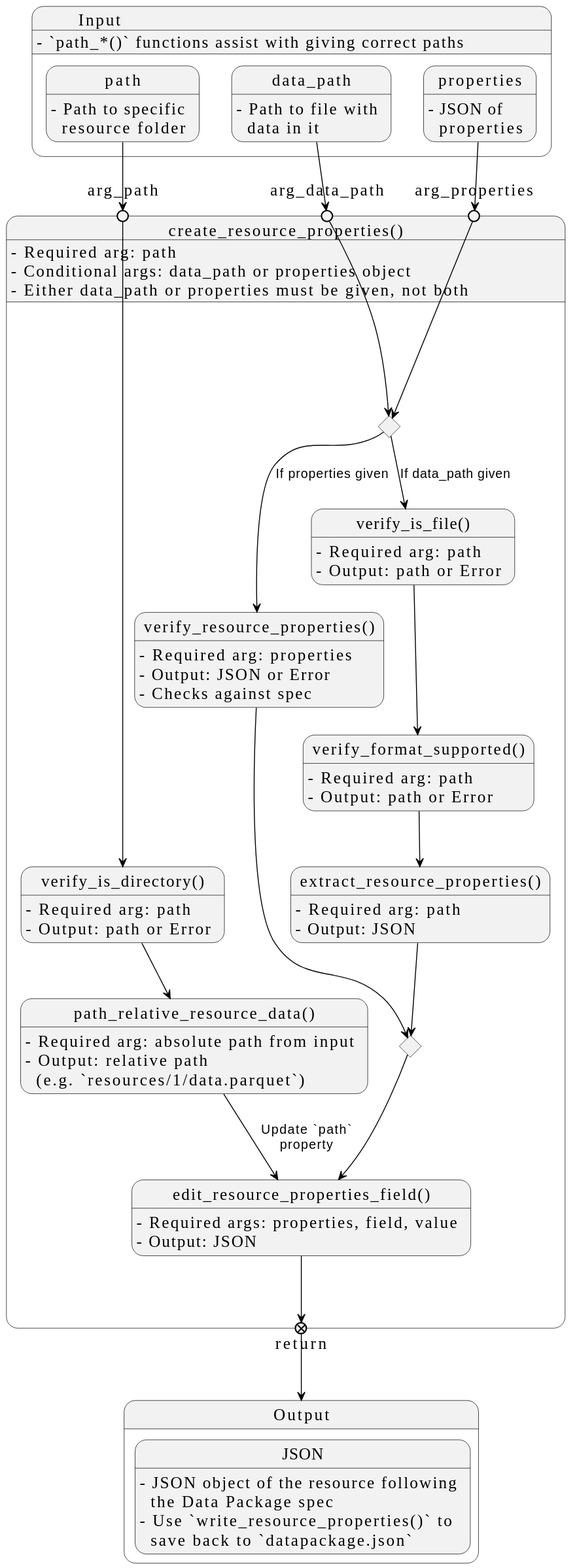
Earlier version of the PlantUML export docs/design/images/core-python-functions/create-resource-properties.svg (signekb/seedcase-sprout). Its diagram source:
```plantuml
@startuml
!theme seedcase from https://raw.githubusercontent.com/seedcase-project/seedcase-theme/main

skinparam StateFontColor black
skinparam StateFontName Fira Code

state "Input" as input {
  input : - `path_*()` functions assist with giving correct paths
  path : - Path to specific\n  resource folder
  data_path : - Path to file with\n  data in it
  properties : - JSON of\n  properties
  path -[hidden]> data_path
  data_path -[hidden]> properties
}

state "Output" as output {
  state "JSON" as json_output
  json_output : - JSON object of the resource following\n  the Data Package spec
  json_output : - Use `write_resource_properties()` to\n  save back to `datapackage.json`
}

state "create_resource_properties()" as crp {
  crp : - Required arg: path
  crp : - Conditional args: data_path or properties object
  crp : - Either data_path or properties must be given, not both

  state arg_path <<entryPoint>>
  state arg_data_path <<entryPoint>>
  state arg_properties <<entryPoint>>

  path --> arg_path
  data_path --> arg_data_path
  properties --> arg_properties

  state "verify_is_directory()" as vid
  vid : - Required arg: path
  vid : - Output: path or Error
  arg_path --> vid

  state "path_relative_resource_data()" as prrd
  prrd : - Required arg: absolute path from input
  prrd : - Output: relative path\n  (e.g. `resources/1/data.parquet`)
  vid --> prrd

  state condition_input <<choice>>
  arg_properties --> condition_input

  state "verify_resource_properties()" as vrp
  vrp : - Required arg: properties
  vrp : - Output: JSON or Error
  vrp : - Checks against spec
  condition_input --> vrp : If properties given

  arg_data_path --> condition_input

  state "verify_is_file()" as vif
  vif : - Required arg: path
  vif : - Output: path or Error
  condition_input --> vif : If data_path given

  state "verify_format_supported()" as vsf
  vsf : - Required arg: path
  vsf : - Output: path or Error
  vif --> vsf

  state "extract_resource_properties()" as erp
  erp : - Required arg: path
  erp : - Output: JSON
  vsf --> erp

  state condition_output <<choice>>
  erp --> condition_output
  vrp --> condition_output

  state "edit_resource_properties_field()" as erpf
  erpf : - Required args: properties, field, value
  erpf : - Output: JSON
  prrd --> erpf : Update `path`\nproperty
  condition_output --> erpf

  state "return" <<exitPoint>>
  erpf --> return
  return --> output
}
@enduml
```
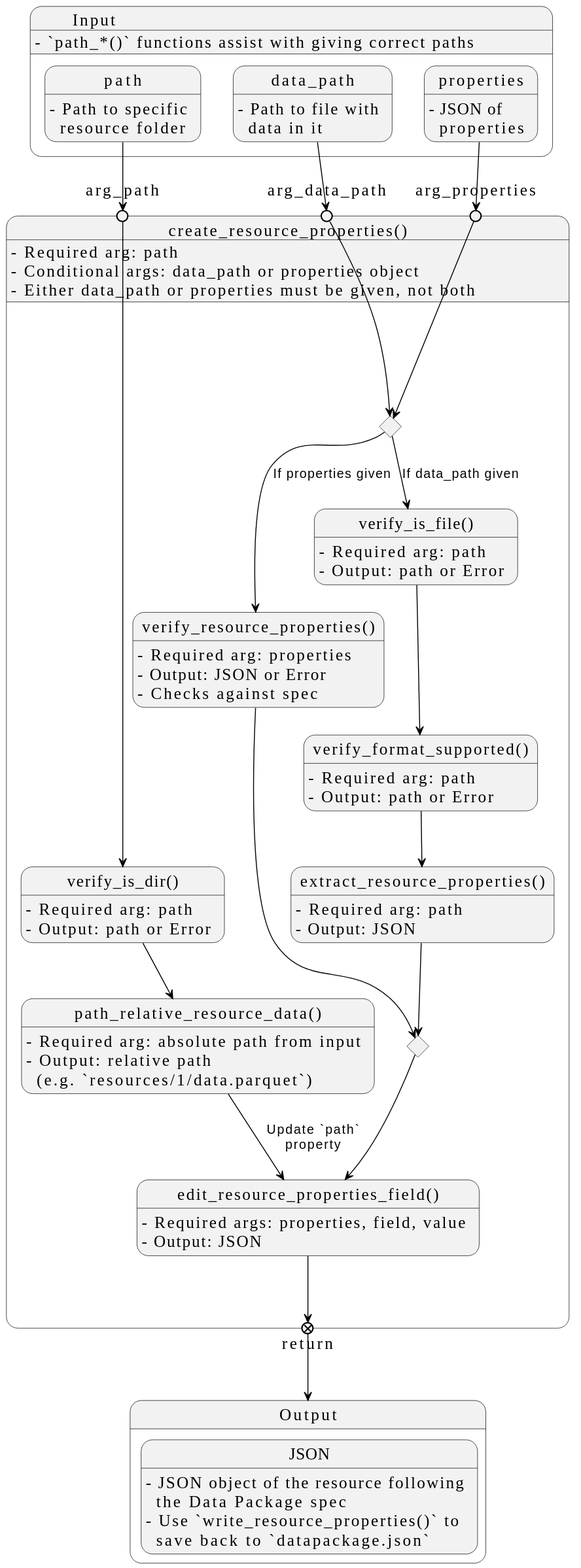
Above is the later version.

Commit message:
docs: 🏗️ update `create_resource_structure()` function diagram (#589)

Change to the diagram source:
```diff
@@ -1,8 +1,5 @@
 @startuml
 !theme seedcase from https://raw.githubusercontent.com/seedcase-project/seedcase-theme/main
-
-skinparam StateFontColor black
-skinparam StateFontName Fira Code
 
 state "Input" as input {
   input : - `path_*()` functions assist with giving correct paths
@@ -32,7 +29,7 @@
   data_path --> arg_data_path
   properties --> arg_properties
 
-  state "verify_is_directory()" as vid
+  state "verify_is_dir()" as vid
   vid : - Required arg: path
   vid : - Output: path or Error
   arg_path --> vid
```
